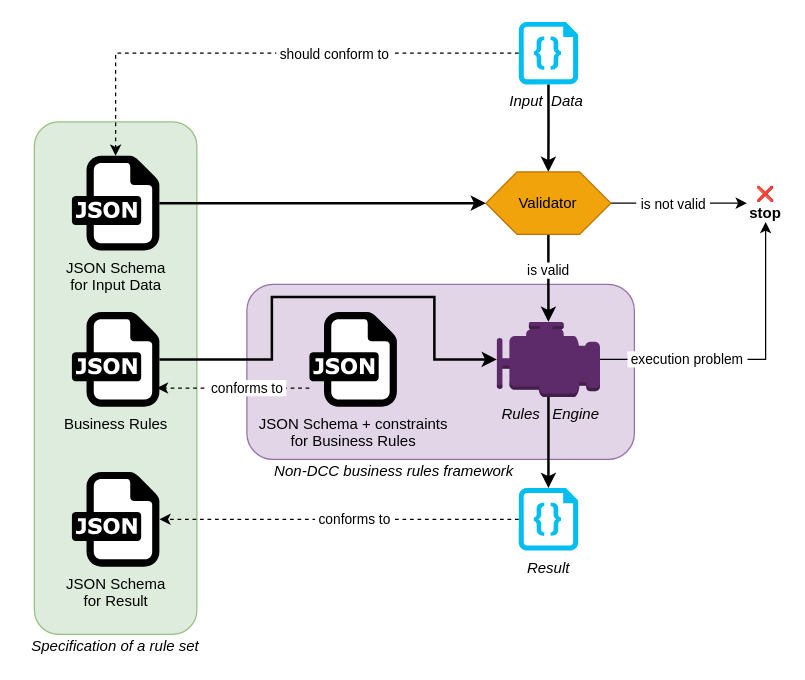
Earlier version of the draw.io diagram docs/img/engine.drawio (dslmeinte/non-dcc-rules-prototype). Source tidied: cells renumbered, new cells numbered last; positions are measured from the earlier drawing's top-left corner, leaving out a move shared by most shapes. Both pictures are drawn from the tidied source at 125%, with x=0, y=0 at pixel (21, 21).
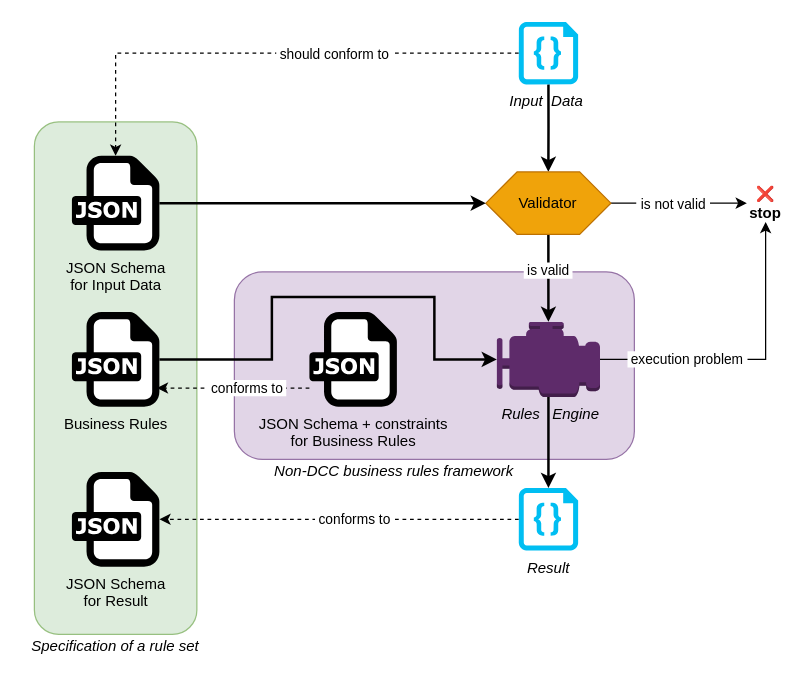
The same diagram, later.

Commit message (it also covers changes not shown here):
(improve figure)

Unchanged cells that the change refers to:
```xml
<mxCell id="15" style="edgeStyle=orthogonalEdgeStyle;rounded=0;jettySize=auto;html=1;exitX=0.5;exitY=1;exitDx=0;exitDy=0;entryX=0.5;entryY=0;entryDx=0;entryDy=0;entryPerimeter=0;strokeWidth=2;" parent="1" edge="1" source="19" target="14">
  <mxGeometry relative="1" as="geometry" />
</mxCell>
```

What changed in the source:
```diff
@@
     <mxCell id="2" style="rounded=1;whiteSpace=wrap;html=1;fillColor=#e1d5e7;strokeColor=#9673a6;" parent="1" vertex="1">
-      <mxGeometry x="180" y="210" width="310" height="140" as="geometry" />
+      <mxGeometry x="170" y="200" width="320" height="150" as="geometry" />
     </mxCell>
@@
-    <mxCell id="16" value="is valid" style="edgeLabel;html=1;align=center;verticalAlign=middle;" parent="15" vertex="1">
+    <mxCell id="16" value="&amp;nbsp;is valid&amp;nbsp;" style="edgeLabel;html=1;align=center;verticalAlign=middle;" parent="15" vertex="1">
       <mxGeometry x="-0.2" y="-1" relative="1" as="geometry" />
     </mxCell>
```
